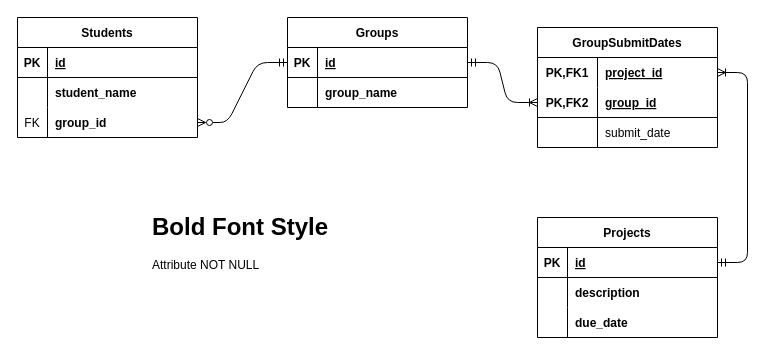
Earlier version of the draw.io diagram page "Page-2" (1 of 2) of Design/EntityRelationshipDiagrams.drawio (SadNguyen2107/CS256_Part1). Source tidied: cells renumbered, new cells numbered last; positions are measured from the earlier drawing's top-left corner, leaving out a move shared by most shapes. Both pictures are drawn from the tidied source at 100%, with x=0, y=0 at pixel (17, 17).
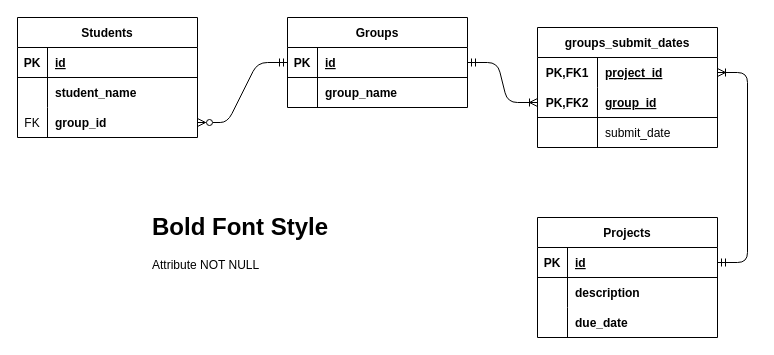
The same diagram, later.

What changed in the source:
```diff
@@
-    <mxCell id="29" value="GroupSubmitDates" style="shape=table;startSize=30;childLayout=tableLayout;rowLines=0;fontStyle=1;align=center;" parent="1" vertex="1">
+    <mxCell id="29" value="groups_submit_dates" style="shape=table;startSize=30;childLayout=tableLayout;rowLines=0;fontStyle=1;align=center;" parent="1" vertex="1">
       <mxGeometry x="520" y="10" width="180" height="120" as="geometry" />
     </mxCell>
```
